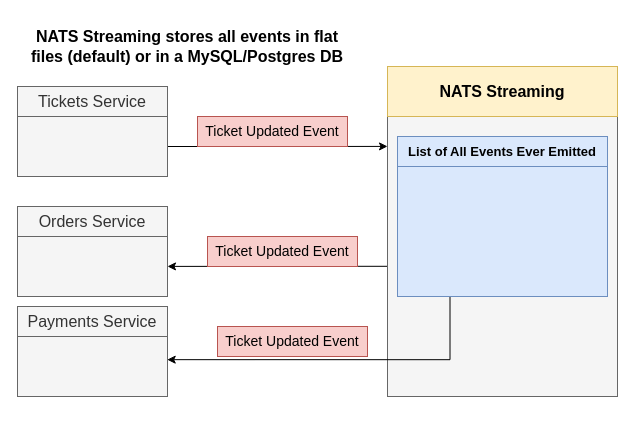
Before: page "06 - file" (11 of 19) of diagrams/05/11.drawio in HappySuzuki/microservices-cast, a draw.io diagram. Source tidied: cells renumbered, new cells numbered last; positions are measured from the earlier drawing's top-left corner, leaving out a move shared by most shapes. Both pictures are drawn from the tidied source at 100%, with x=0, y=0 at pixel (17, 36).
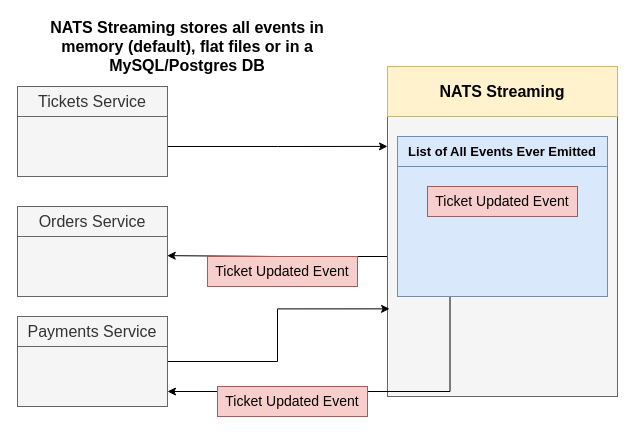
Above is the later version.

The change refers to these unchanged cells:
```xml
<mxCell id="6" style="rounded=0;whiteSpace=wrap;html=1;fillColor=#f5f5f5;strokeColor=#666666;fontColor=#333333;" parent="1" vertex="1">
  <mxGeometry x="370" y="80" width="230" height="280" as="geometry" />
</mxCell>
<mxCell id="8" style="rounded=0;whiteSpace=wrap;html=1;fillColor=#f5f5f5;strokeColor=#666666;fontColor=#333333;" parent="1" vertex="1">
  <mxGeometry y="200" width="150" height="60" as="geometry" />
</mxCell>
<mxCell id="16" style="rounded=0;whiteSpace=wrap;html=1;fontSize=13;align=center;fillColor=#dae8fc;strokeColor=#6c8ebf;fontStyle=1;" parent="1" vertex="1">
  <mxGeometry x="380" y="130" width="210" height="130" as="geometry" />
</mxCell>
```

Change to the diagram source:
```diff
@@
-    <mxCell id="2" style="edgeStyle=orthogonalEdgeStyle;rounded=0;orthogonalLoop=1;jettySize=auto;html=1;exitX=1;exitY=0.5;exitDx=0;exitDy=0;fontSize=16;" parent="1" edge="1">
-      <mxGeometry relative="1" as="geometry">
-        <mxPoint x="370" y="229.8" as="sourcePoint" />
-        <mxPoint x="150" y="229.9" as="targetPoint" />
-        <Array as="points">
-          <mxPoint x="320" y="229.9" />
-          <mxPoint x="320" y="229.9" />
-        </Array>
-      </mxGeometry>
-    </mxCell>
@@
+    <mxCell id="19" style="edgeStyle=orthogonalEdgeStyle;rounded=0;jettySize=auto;html=1;exitX=0;exitY=0.5;exitDx=0;exitDy=0;entryX=0.998;entryY=0.319;entryDx=0;entryDy=0;entryPerimeter=0;fontSize=21;" parent="1" edge="1" source="6" target="8">
+      <mxGeometry relative="1" as="geometry" />
+    </mxCell>
@@
-    <mxCell id="9" value="Ticket Updated Event" style="rounded=0;whiteSpace=wrap;html=1;fontSize=14;fillColor=#f8cecc;strokeColor=#b85450;fontStyle=0;" parent="1" vertex="1">
-      <mxGeometry x="180" y="80" width="150" height="30" as="geometry" />
-    </mxCell>
@@
     <mxCell id="11" value="Payments Service" style="rounded=0;whiteSpace=wrap;html=1;fillColor=#f5f5f5;strokeColor=#666666;fontColor=#333333;fontStyle=0;fontSize=16;" parent="1" vertex="1">
-      <mxGeometry y="270" width="150" height="30" as="geometry" />
+      <mxGeometry y="280" width="150" height="30" as="geometry" />
     </mxCell>
+    <mxCell id="20" style="edgeStyle=orthogonalEdgeStyle;rounded=0;jettySize=auto;html=1;exitX=1;exitY=0.25;exitDx=0;exitDy=0;entryX=0.009;entryY=0.687;entryDx=0;entryDy=0;entryPerimeter=0;fontSize=21;" parent="1" edge="1" source="12" target="6">
+      <mxGeometry relative="1" as="geometry" />
+    </mxCell>
     <mxCell id="12" style="rounded=0;whiteSpace=wrap;html=1;fillColor=#f5f5f5;strokeColor=#666666;fontColor=#333333;" parent="1" vertex="1">
-      <mxGeometry y="300" width="150" height="60" as="geometry" />
+      <mxGeometry y="310" width="150" height="60" as="geometry" />
     </mxCell>
-    <mxCell id="13" value="NATS Streaming stores all events in flat files (default) or in a MySQL/Postgres DB" style="text;html=1;strokeColor=none;fillColor=none;align=center;verticalAlign=middle;whiteSpace=wrap;rounded=0;fontSize=16;fontStyle=1;" parent="1" vertex="1">
+    <mxCell id="13" value="NATS Streaming stores all events in memory (default), flat files or in a MySQL/Postgres DB" style="text;html=1;strokeColor=none;fillColor=none;align=center;verticalAlign=middle;whiteSpace=wrap;rounded=0;fontSize=16;fontStyle=1;" parent="1" vertex="1">
       <mxGeometry x="10" width="320" height="20" as="geometry" />
     </mxCell>
@@
-    <mxCell id="15" style="edgeStyle=orthogonalEdgeStyle;rounded=0;jettySize=auto;html=1;exitX=0.25;exitY=1;exitDx=0;exitDy=0;entryX=0.998;entryY=0.386;entryDx=0;entryDy=0;entryPerimeter=0;fontSize=13;" parent="1" edge="1" source="16" target="12">
+    <mxCell id="15" style="edgeStyle=orthogonalEdgeStyle;rounded=0;jettySize=auto;html=1;exitX=0.25;exitY=1;exitDx=0;exitDy=0;entryX=1;entryY=0.75;entryDx=0;entryDy=0;fontSize=21;" parent="1" edge="1" source="16" target="12">
       <mxGeometry relative="1" as="geometry" />
     </mxCell>
@@
-    <mxCell id="17" value="Ticket Updated Event" style="rounded=0;whiteSpace=wrap;html=1;fontSize=14;fillColor=#f8cecc;strokeColor=#b85450;fontStyle=0;" parent="1" vertex="1">
-      <mxGeometry x="200" y="290" width="150" height="30" as="geometry" />
-    </mxCell>
-    <mxCell id="18" value="Ticket Updated Event" style="rounded=0;whiteSpace=wrap;html=1;fontSize=14;fillColor=#f8cecc;strokeColor=#b85450;fontStyle=0;" parent="1" vertex="1">
-      <mxGeometry x="190" y="200" width="150" height="30" as="geometry" />
-    </mxCell>
+    <mxCell id="9" value="Ticket Updated Event" style="rounded=0;whiteSpace=wrap;html=1;fontSize=14;fillColor=#f8cecc;strokeColor=#b85450;fontStyle=0;" parent="1" vertex="1">
+      <mxGeometry x="410" y="150" width="150" height="30" as="geometry" />
+    </mxCell>
+    <mxCell id="21" value="Ticket Updated Event" style="rounded=0;whiteSpace=wrap;html=1;fontSize=14;fillColor=#f8cecc;strokeColor=#b85450;fontStyle=0;" parent="1" vertex="1">
+      <mxGeometry x="190" y="220" width="150" height="30" as="geometry" />
+    </mxCell>
+    <mxCell id="22" value="Ticket Updated Event" style="rounded=0;whiteSpace=wrap;html=1;fontSize=14;fillColor=#f8cecc;strokeColor=#b85450;fontStyle=0;" parent="1" vertex="1">
+      <mxGeometry x="200" y="350" width="150" height="30" as="geometry" />
+    </mxCell>
```
